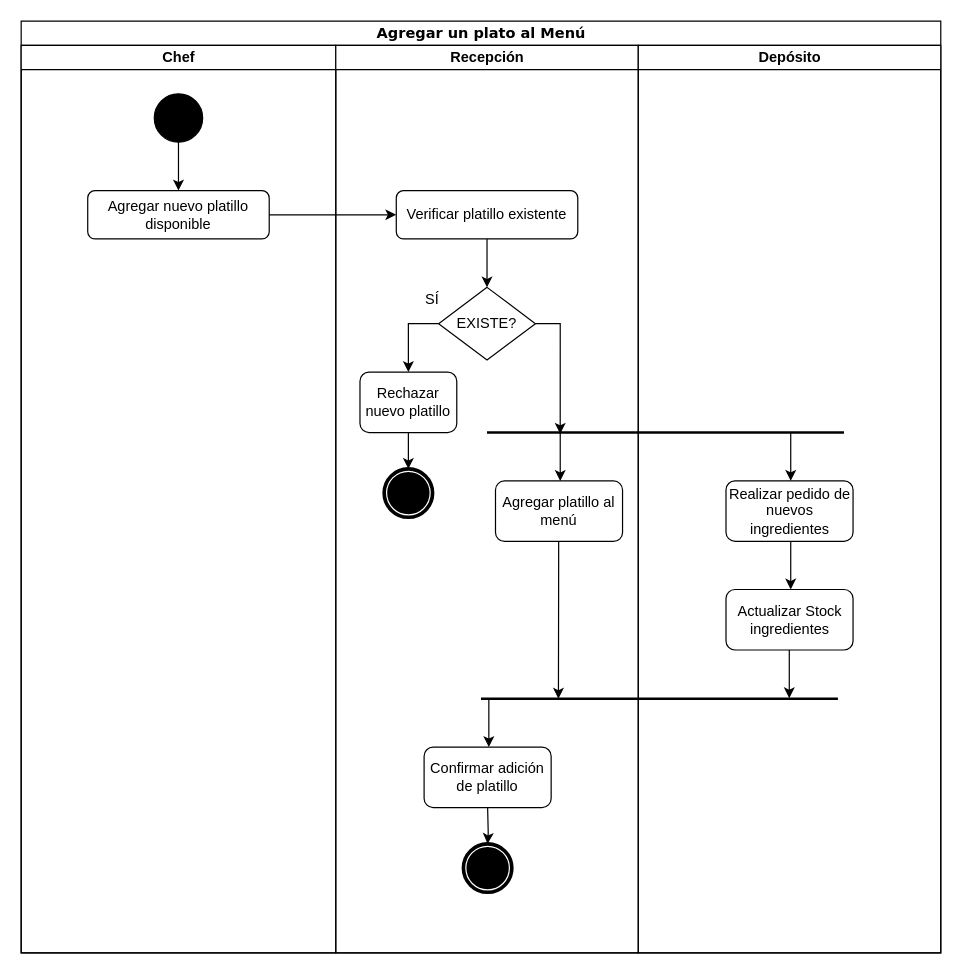
This is TP1/diagramas/actividad/diag_act_agregar_platillo.drawio from mauro7x/aninfo, a draw.io file, before an edit. Source tidied: cells renumbered, new cells numbered last; positions are measured from the earlier drawing's top-left corner, leaving out a move shared by most shapes. Both pictures are drawn from the tidied source at 121%, with x=0, y=0 at pixel (21, 21).
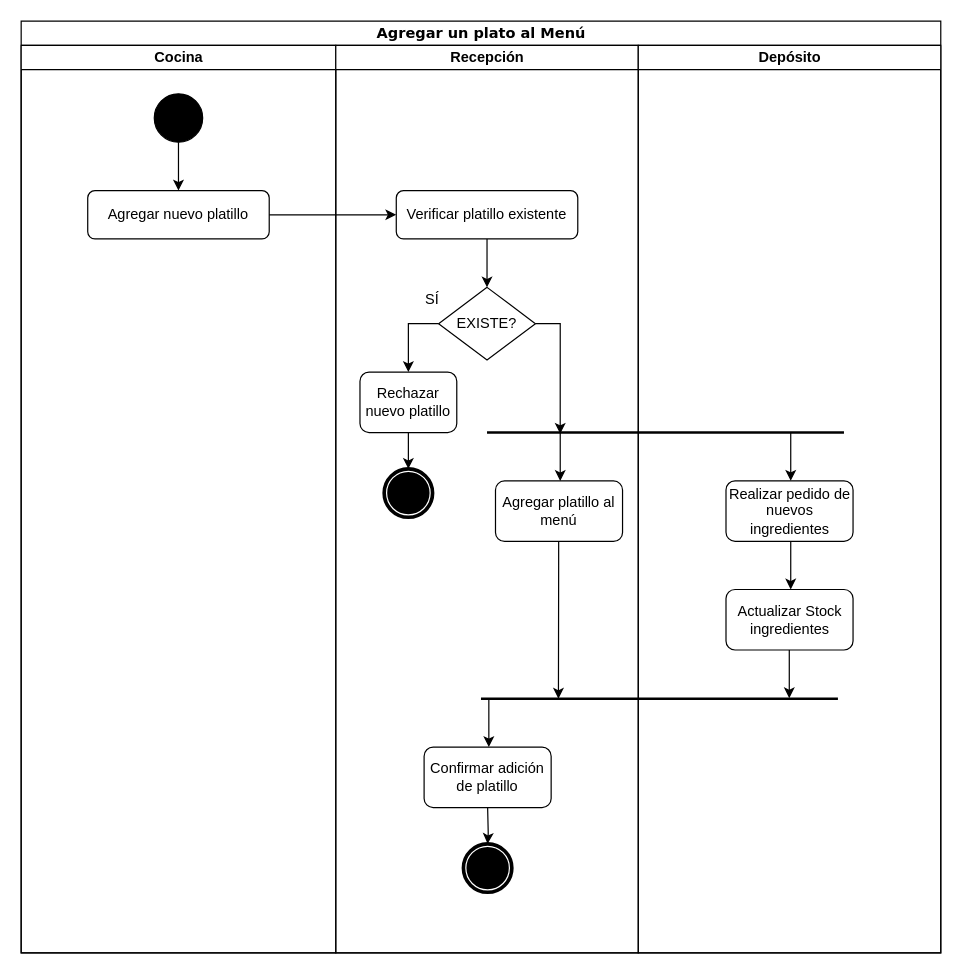
Above is the later version.

Commit message (it also covers changes not shown here):
corrijo diag

The change refers to these unchanged cells:
```xml
<mxCell id="2" value="Agregar un plato al Menú" style="swimlane;html=1;startSize=20;rounded=0;shadow=0;comic=0;labelBackgroundColor=none;strokeWidth=1;fontFamily=Verdana;fontSize=12;align=center;" parent="1" vertex="1">
  <mxGeometry width="760" height="770" as="geometry" />
</mxCell>
```

Change to the diagram source:
```diff
@@
-    <mxCell id="3" value="Chef" style="swimlane;html=1;startSize=20;" parent="2" vertex="1">
+    <mxCell id="3" value="Cocina" style="swimlane;html=1;startSize=20;" parent="2" vertex="1">
       <mxGeometry y="20" width="260" height="750" as="geometry" />
     </mxCell>
@@
-    <mxCell id="6" value="Agregar nuevo platillo disponible" style="rounded=1;whiteSpace=wrap;html=1;" parent="3" vertex="1">
+    <mxCell id="6" value="Agregar nuevo platillo" style="rounded=1;whiteSpace=wrap;html=1;" parent="3" vertex="1">
       <mxGeometry x="55" y="120" width="150" height="40" as="geometry" />
     </mxCell>
```
